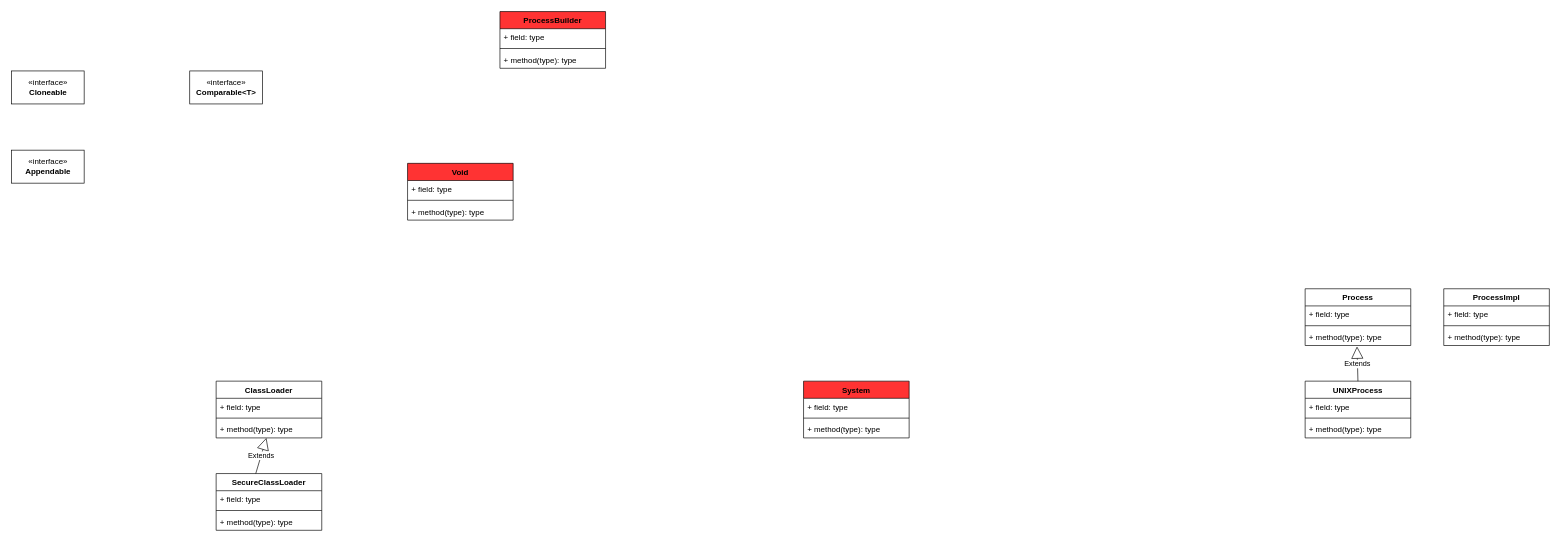
tadsimons/draw keeps this draw.io diagram as page "Lang" (1 of 31) of jdk/rt.drawio. Above is the earlier version. Source tidied: cells renumbered, new cells numbered last; positions are measured from the earlier drawing's top-left corner, leaving out a move shared by most shapes. Both pictures are drawn from the tidied source at 66%, with x=0, y=0 at pixel (11, 11).
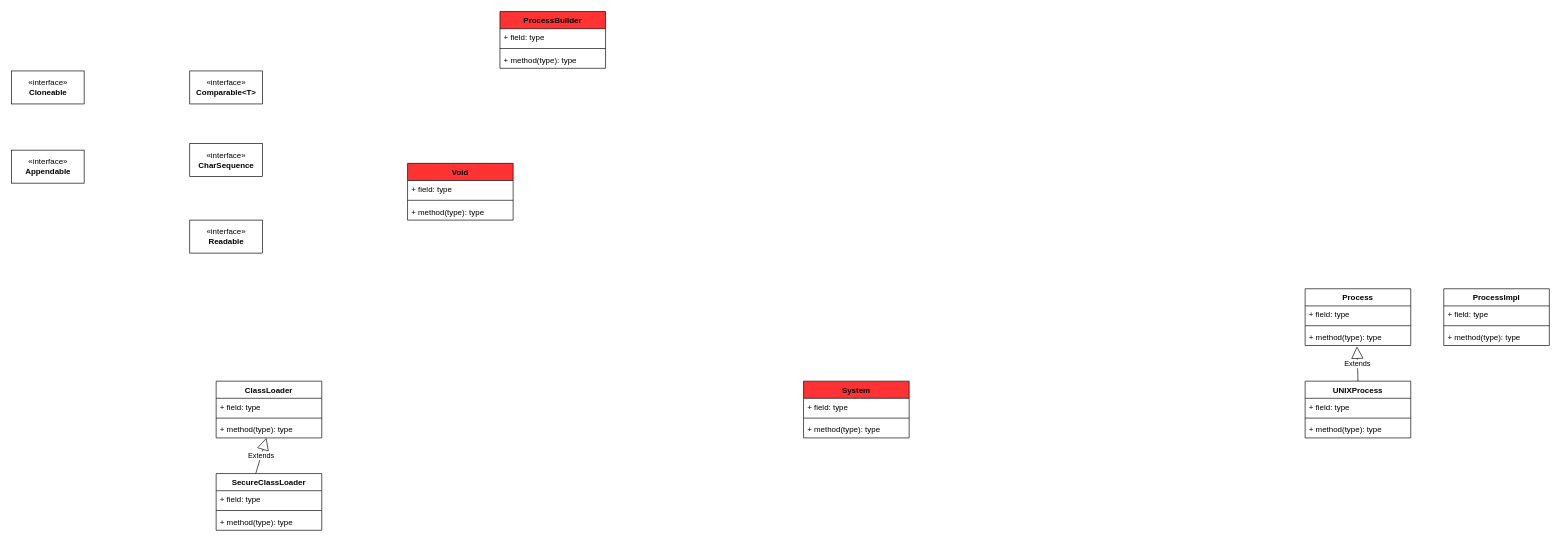
After the change.

What changed in the source:
```diff
@@
+    <mxCell id="39" value="«interface»&lt;br&gt;&lt;b&gt;CharSequence&lt;/b&gt;" style="html=1;fillColor=#FFFFFF;" parent="1" vertex="1">
+      <mxGeometry x="270" y="200" width="110" height="50" as="geometry" />
+    </mxCell>
+    <mxCell id="40" value="«interface»&lt;br&gt;&lt;b&gt;Readable&lt;/b&gt;" style="html=1;fillColor=#FFFFFF;" parent="1" vertex="1">
+      <mxGeometry x="270" y="316" width="110" height="50" as="geometry" />
+    </mxCell>
```
